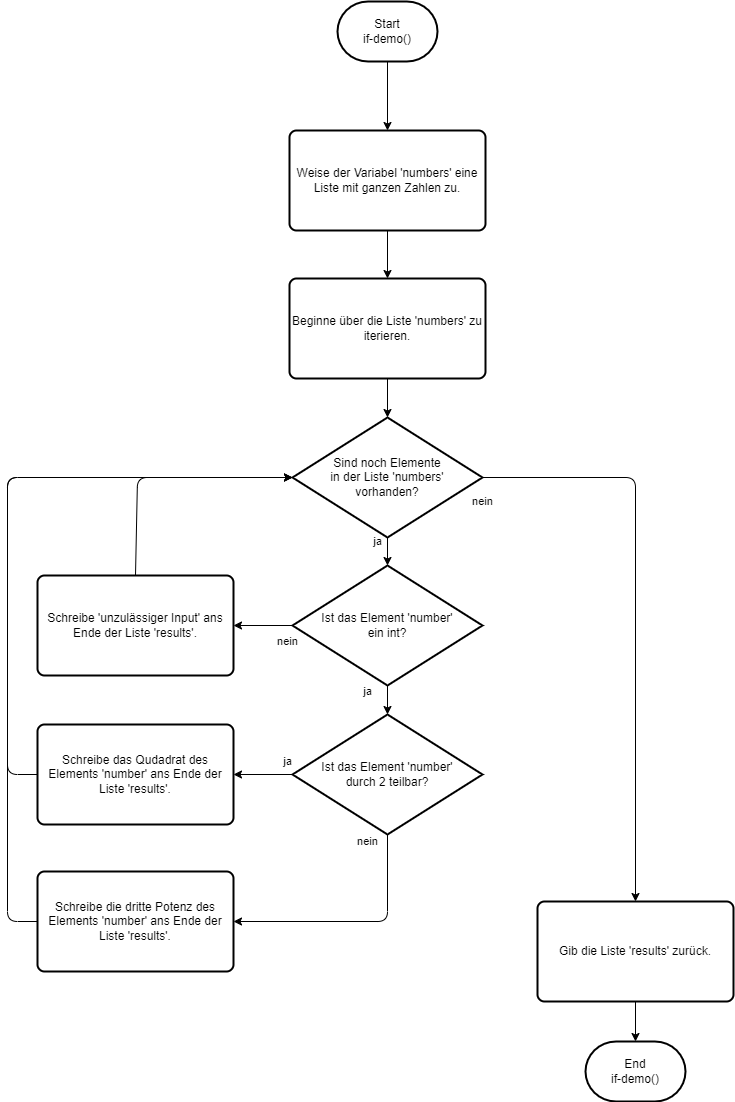
Above: visualisierung/flow_chart.png in Jacques-Mock-Schindler/Studienleistung1 (draw.io), before the change. Source tidied: cells renumbered, new cells last; positions are measured from the earlier drawing's top-left corner, leaving out a move shared by most shapes.
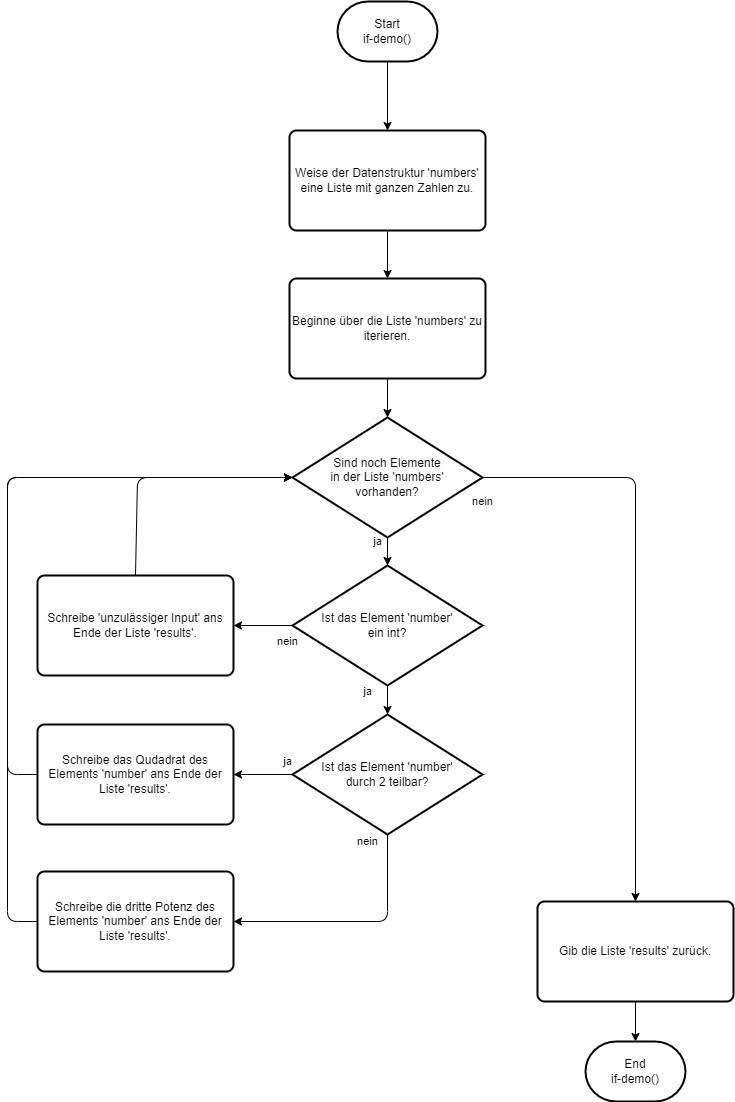
After the commit.

Change to the diagram source:
```diff
@@ -5,7 +5,7 @@
     <mxCell id="2" value="Start&lt;br&gt;if-demo()" style="strokeWidth=2;html=1;shape=mxgraph.flowchart.terminator;whiteSpace=wrap;" parent="1" vertex="1">
       <mxGeometry x="330" width="100" height="60" as="geometry" />
     </mxCell>
-    <mxCell id="3" value="Weise der Variabel 'numbers' eine Liste mit ganzen Zahlen zu." style="rounded=1;whiteSpace=wrap;html=1;absoluteArcSize=1;arcSize=14;strokeWidth=2;" parent="1" vertex="1">
+    <mxCell id="3" value="Weise der Datenstruktur 'numbers' eine Liste mit ganzen Zahlen zu." style="rounded=1;whiteSpace=wrap;html=1;absoluteArcSize=1;arcSize=14;strokeWidth=2;" parent="1" vertex="1">
       <mxGeometry x="282" y="129" width="196" height="100" as="geometry" />
     </mxCell>
     <mxCell id="4" value="Beginne über die Liste 'numbers' zu iterieren." style="rounded=1;whiteSpace=wrap;html=1;absoluteArcSize=1;arcSize=14;strokeWidth=2;" parent="1" vertex="1">
```
